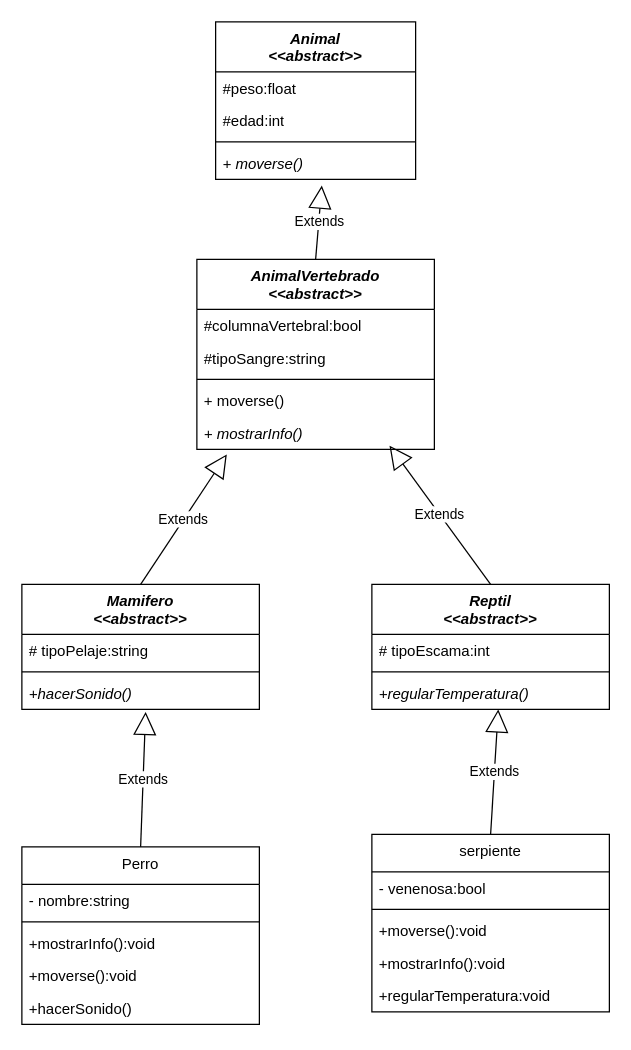
This is DesarrolloOrientadoObjetos/ejerciciosObligatorios6/animalAbstract.drawio from monick96/PracticeCsharp, a draw.io file, before an edit. Source tidied: cells renumbered, new cells numbered last; positions are measured from the earlier drawing's top-left corner, leaving out a move shared by most shapes. Both pictures are drawn from the tidied source at 125%, with x=0, y=0 at pixel (21, 21).
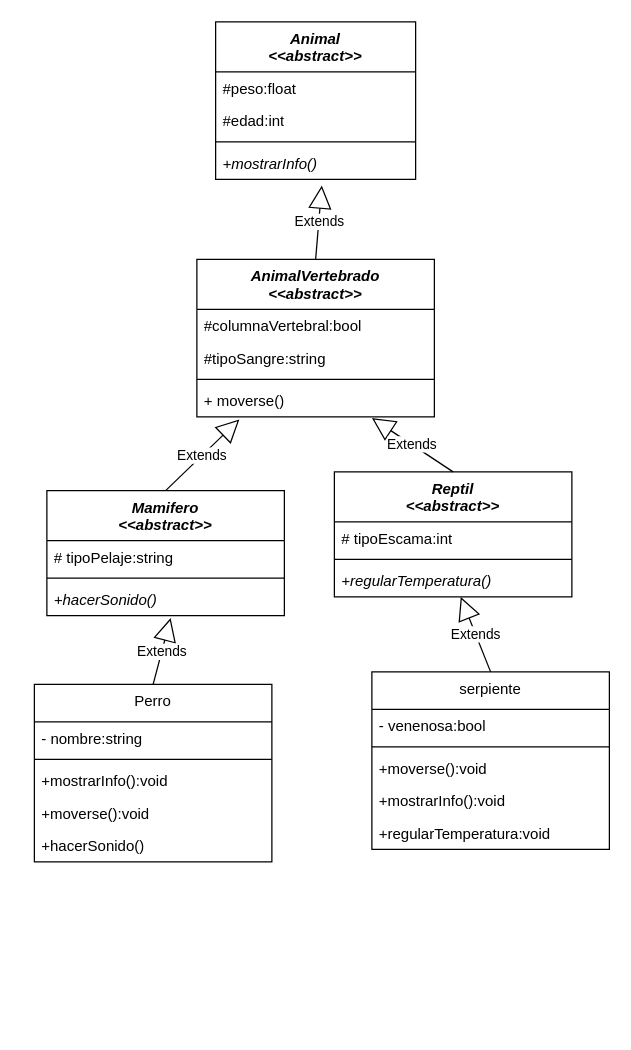
Above is the later version.

Unchanged cells that the change refers to:
```xml
<mxCell id="2" value="&lt;div&gt;&lt;i&gt;Animal&lt;/i&gt;&lt;/div&gt;&lt;i&gt;&amp;lt;&amp;lt;abstract&amp;gt;&amp;gt;&lt;/i&gt;" style="swimlane;fontStyle=1;align=center;verticalAlign=top;horizontal=1;startSize=40;whiteSpace=wrap;html=1;" parent="1" vertex="1">
  <mxGeometry x="155" width="160" height="126" as="geometry" />
</mxCell>
<mxCell id="11" value="&lt;span style=&quot;--tw-border-spacing-x: 0; --tw-border-spacing-y: 0; --tw-translate-x: 0; --tw-translate-y: 0; --tw-rotate: 0; --tw-skew-x: 0; --tw-skew-y: 0; --tw-scale-x: 1; --tw-scale-y: 1; --tw-pan-x: ; --tw-pan-y: ; --tw-pinch-zoom: ; --tw-scroll-snap-strictness: proximity; --tw-ordinal: ; --tw-slashed-zero: ; --tw-numeric-figure: ; --tw-numeric-spacing: ; --tw-numeric-fraction: ; --tw-ring-inset: ; --tw-ring-offset-width: 0px; --tw-ring-offset-color: #fff; --tw-ring-color: rgb(59 130 246 / .5); --tw-ring-offset-shadow: 0 0 #0000; --tw-ring-shadow: 0 0 #0000; --tw-shadow: 0 0 #0000; --tw-shadow-colored: 0 0 #0000; --tw-blur: ; --tw-brightness: ; --tw-contrast: ; --tw-grayscale: ; --tw-hue-rotate: ; --tw-invert: ; --tw-saturate: ; --tw-sepia: ; --tw-drop-shadow: ; --tw-backdrop-blur: ; --tw-backdrop-brightness: ; --tw-backdrop-contrast: ; --tw-backdrop-grayscale: ; --tw-backdrop-hue-rotate: ; --tw-backdrop-invert: ; --tw-backdrop-opacity: ; --tw-backdrop-saturate: ; --tw-backdrop-sepia: ;&quot;&gt;+ moverse()&lt;/span&gt;" style="text;strokeColor=none;fillColor=none;align=left;verticalAlign=top;spacingLeft=4;spacingRight=4;overflow=hidden;points=[[0,0.5],[1,0.5]];portConstraint=eastwest;whiteSpace=wrap;html=1;" parent="7" vertex="1">
  <mxGeometry y="100" width="190" height="26" as="geometry" />
</mxCell>
```

Diff of the diagram source:
```diff
@@
-    <mxCell id="6" value="&lt;i style=&quot;--tw-border-spacing-x: 0; --tw-border-spacing-y: 0; --tw-translate-x: 0; --tw-translate-y: 0; --tw-rotate: 0; --tw-skew-x: 0; --tw-skew-y: 0; --tw-scale-x: 1; --tw-scale-y: 1; --tw-pan-x: ; --tw-pan-y: ; --tw-pinch-zoom: ; --tw-scroll-snap-strictness: proximity; --tw-ordinal: ; --tw-slashed-zero: ; --tw-numeric-figure: ; --tw-numeric-spacing: ; --tw-numeric-fraction: ; --tw-ring-inset: ; --tw-ring-offset-width: 0px; --tw-ring-offset-color: #fff; --tw-ring-color: rgb(59 130 246 / .5); --tw-ring-offset-shadow: 0 0 #0000; --tw-ring-shadow: 0 0 #0000; --tw-shadow: 0 0 #0000; --tw-shadow-colored: 0 0 #0000; --tw-blur: ; --tw-brightness: ; --tw-contrast: ; --tw-grayscale: ; --tw-hue-rotate: ; --tw-invert: ; --tw-saturate: ; --tw-sepia: ; --tw-drop-shadow: ; --tw-backdrop-blur: ; --tw-backdrop-brightness: ; --tw-backdrop-contrast: ; --tw-backdrop-grayscale: ; --tw-backdrop-hue-rotate: ; --tw-backdrop-invert: ; --tw-backdrop-opacity: ; --tw-backdrop-saturate: ; --tw-backdrop-sepia: ;&quot;&gt;+ moverse()&lt;/i&gt;" style="text;strokeColor=none;fillColor=none;align=left;verticalAlign=top;spacingLeft=4;spacingRight=4;overflow=hidden;points=[[0,0.5],[1,0.5]];portConstraint=eastwest;whiteSpace=wrap;html=1;" parent="2" vertex="1">
+    <mxCell id="6" value="&lt;i&gt;+mostrarInfo()&lt;/i&gt;" style="text;strokeColor=none;fillColor=none;align=left;verticalAlign=top;spacingLeft=4;spacingRight=4;overflow=hidden;points=[[0,0.5],[1,0.5]];portConstraint=eastwest;whiteSpace=wrap;html=1;" parent="2" vertex="1">
       <mxGeometry y="100" width="160" height="26" as="geometry" />
     </mxCell>
     <mxCell id="7" value="&lt;div&gt;&lt;i&gt;AnimalVertebrado&lt;/i&gt;&lt;/div&gt;&lt;i&gt;&amp;lt;&amp;lt;abstract&amp;gt;&amp;gt;&lt;/i&gt;" style="swimlane;fontStyle=1;align=center;verticalAlign=top;horizontal=1;startSize=40;whiteSpace=wrap;html=1;" parent="1" vertex="1">
-      <mxGeometry x="140" y="190" width="190" height="152" as="geometry" />
+      <mxGeometry x="140" y="190" width="190" height="126" as="geometry" />
     </mxCell>
@@
-    <mxCell id="12" value="&lt;i style=&quot;--tw-border-spacing-x: 0; --tw-border-spacing-y: 0; --tw-translate-x: 0; --tw-translate-y: 0; --tw-rotate: 0; --tw-skew-x: 0; --tw-skew-y: 0; --tw-scale-x: 1; --tw-scale-y: 1; --tw-pan-x: ; --tw-pan-y: ; --tw-pinch-zoom: ; --tw-scroll-snap-strictness: proximity; --tw-ordinal: ; --tw-slashed-zero: ; --tw-numeric-figure: ; --tw-numeric-spacing: ; --tw-numeric-fraction: ; --tw-ring-inset: ; --tw-ring-offset-width: 0px; --tw-ring-offset-color: #fff; --tw-ring-color: rgb(59 130 246 / .5); --tw-ring-offset-shadow: 0 0 #0000; --tw-ring-shadow: 0 0 #0000; --tw-shadow: 0 0 #0000; --tw-shadow-colored: 0 0 #0000; --tw-blur: ; --tw-brightness: ; --tw-contrast: ; --tw-grayscale: ; --tw-hue-rotate: ; --tw-invert: ; --tw-saturate: ; --tw-sepia: ; --tw-drop-shadow: ; --tw-backdrop-blur: ; --tw-backdrop-brightness: ; --tw-backdrop-contrast: ; --tw-backdrop-grayscale: ; --tw-backdrop-hue-rotate: ; --tw-backdrop-invert: ; --tw-backdrop-opacity: ; --tw-backdrop-saturate: ; --tw-backdrop-sepia: ;&quot;&gt;+ mostrarInfo()&lt;/i&gt;" style="text;strokeColor=none;fillColor=none;align=left;verticalAlign=top;spacingLeft=4;spacingRight=4;overflow=hidden;points=[[0,0.5],[1,0.5]];portConstraint=eastwest;whiteSpace=wrap;html=1;" parent="7" vertex="1">
-      <mxGeometry y="126" width="190" height="26" as="geometry" />
-    </mxCell>
     <mxCell id="13" value="&lt;div&gt;&lt;i&gt;Mamifero&lt;/i&gt;&lt;/div&gt;&lt;i&gt;&amp;lt;&amp;lt;abstract&amp;gt;&amp;gt;&lt;/i&gt;" style="swimlane;fontStyle=1;align=center;verticalAlign=top;horizontal=1;startSize=40;whiteSpace=wrap;html=1;" parent="1" vertex="1">
-      <mxGeometry y="450" width="190" height="100" as="geometry" />
+      <mxGeometry x="20" y="375" width="190" height="100" as="geometry" />
     </mxCell>
@@
     <mxCell id="17" value="&lt;div&gt;&lt;i&gt;Reptil&lt;/i&gt;&lt;/div&gt;&lt;i&gt;&amp;lt;&amp;lt;abstract&amp;gt;&amp;gt;&lt;/i&gt;" style="swimlane;fontStyle=1;align=center;verticalAlign=top;horizontal=1;startSize=40;whiteSpace=wrap;html=1;" parent="1" vertex="1">
-      <mxGeometry x="280" y="450" width="190" height="100" as="geometry" />
+      <mxGeometry x="250" y="360" width="190" height="100" as="geometry" />
     </mxCell>
@@
-    <mxCell id="22" value="Extends" style="endArrow=block;endSize=16;endFill=0;html=1;rounded=0;entryX=0.126;entryY=1.154;entryDx=0;entryDy=0;exitX=0.5;exitY=0;exitDx=0;exitDy=0;entryPerimeter=0;" parent="1" edge="1" source="13" target="12">
+    <mxCell id="22" value="Extends" style="endArrow=block;endSize=16;endFill=0;html=1;rounded=0;entryX=0.179;entryY=1.077;entryDx=0;entryDy=0;exitX=0.5;exitY=0;exitDx=0;exitDy=0;entryPerimeter=0;" parent="1" edge="1" source="13" target="11">
       <mxGeometry relative="1" as="geometry" />
     </mxCell>
-    <mxCell id="23" value="Extends" style="endArrow=block;endSize=16;endFill=0;html=1;rounded=0;exitX=0.5;exitY=0;exitDx=0;exitDy=0;entryX=0.811;entryY=0.885;entryDx=0;entryDy=0;entryPerimeter=0;" parent="1" edge="1" source="17" target="12">
+    <mxCell id="23" value="Extends" style="endArrow=block;endSize=16;endFill=0;html=1;rounded=0;exitX=0.5;exitY=0;exitDx=0;exitDy=0;entryX=0.737;entryY=1.038;entryDx=0;entryDy=0;entryPerimeter=0;" parent="1" edge="1" source="17" target="11">
       <mxGeometry relative="1" as="geometry" />
     </mxCell>
     <mxCell id="24" value="&lt;span style=&quot;font-weight: normal;&quot;&gt;Perro&lt;/span&gt;" style="swimlane;fontStyle=1;align=center;verticalAlign=top;horizontal=1;startSize=30;whiteSpace=wrap;html=1;" parent="1" vertex="1">
-      <mxGeometry y="660" width="190" height="142" as="geometry" />
+      <mxGeometry x="10" y="530" width="190" height="142" as="geometry" />
     </mxCell>
@@
     <mxCell id="30" value="&lt;span style=&quot;font-weight: normal;&quot;&gt;serpiente&lt;/span&gt;" style="swimlane;fontStyle=1;align=center;verticalAlign=top;horizontal=1;startSize=30;whiteSpace=wrap;html=1;" parent="1" vertex="1">
-      <mxGeometry x="280" y="650" width="190" height="142" as="geometry" />
+      <mxGeometry x="280" y="520" width="190" height="142" as="geometry" />
     </mxCell>
```
